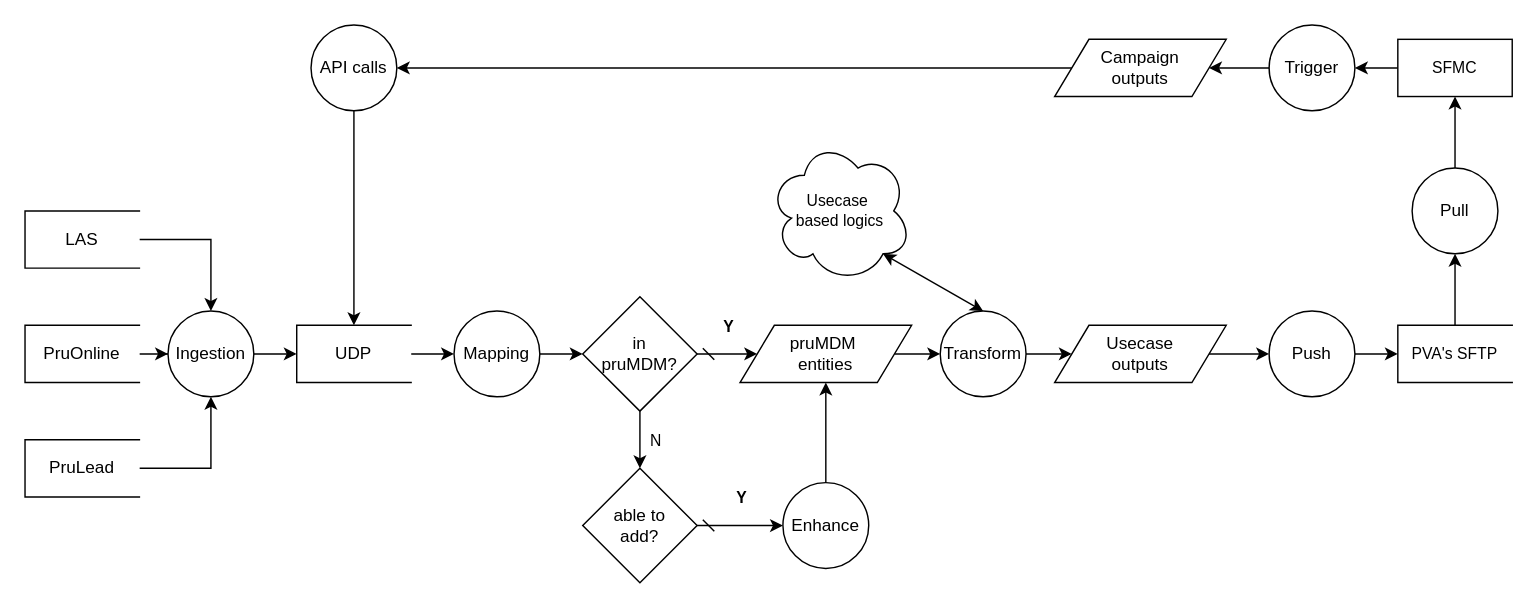
The draw.io diagram CEP_Cross-sales.drawio in EpicM97/EpicM, before the edit. Source tidied: cells renumbered, new cells numbered last; positions are measured from the earlier drawing's top-left corner, leaving out a move shared by most shapes. Both pictures are drawn from the tidied source at 143%, with x=0, y=0 at pixel (24, 24).
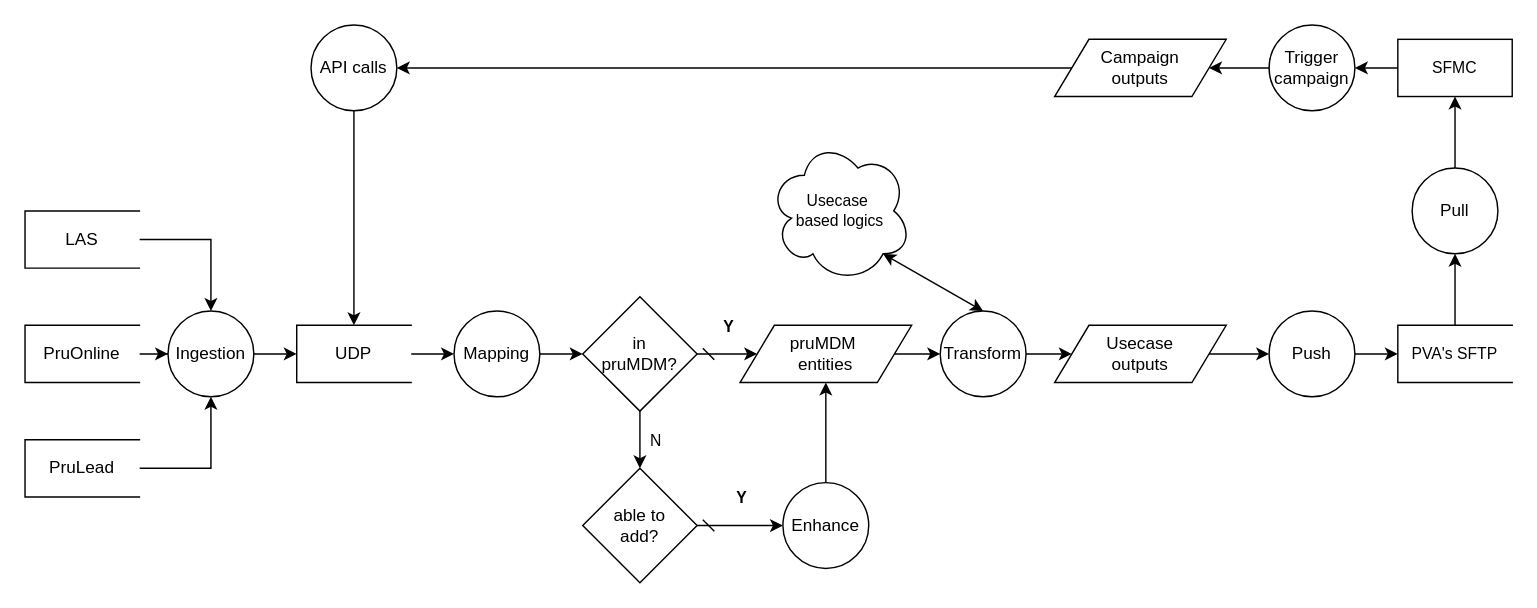
The same diagram, later.

What changed in the source:
```diff
@@
-    <mxCell id="36" value="Trigger" style="shape=ellipse;html=1;dashed=0;whiteSpace=wrap;perimeter=ellipsePerimeter;" parent="1" vertex="1">
+    <mxCell id="36" value="Trigger&lt;div&gt;campaign&lt;/div&gt;" style="shape=ellipse;html=1;dashed=0;whiteSpace=wrap;perimeter=ellipsePerimeter;" parent="1" vertex="1">
       <mxGeometry x="870" width="60" height="60" as="geometry" />
     </mxCell>
```
